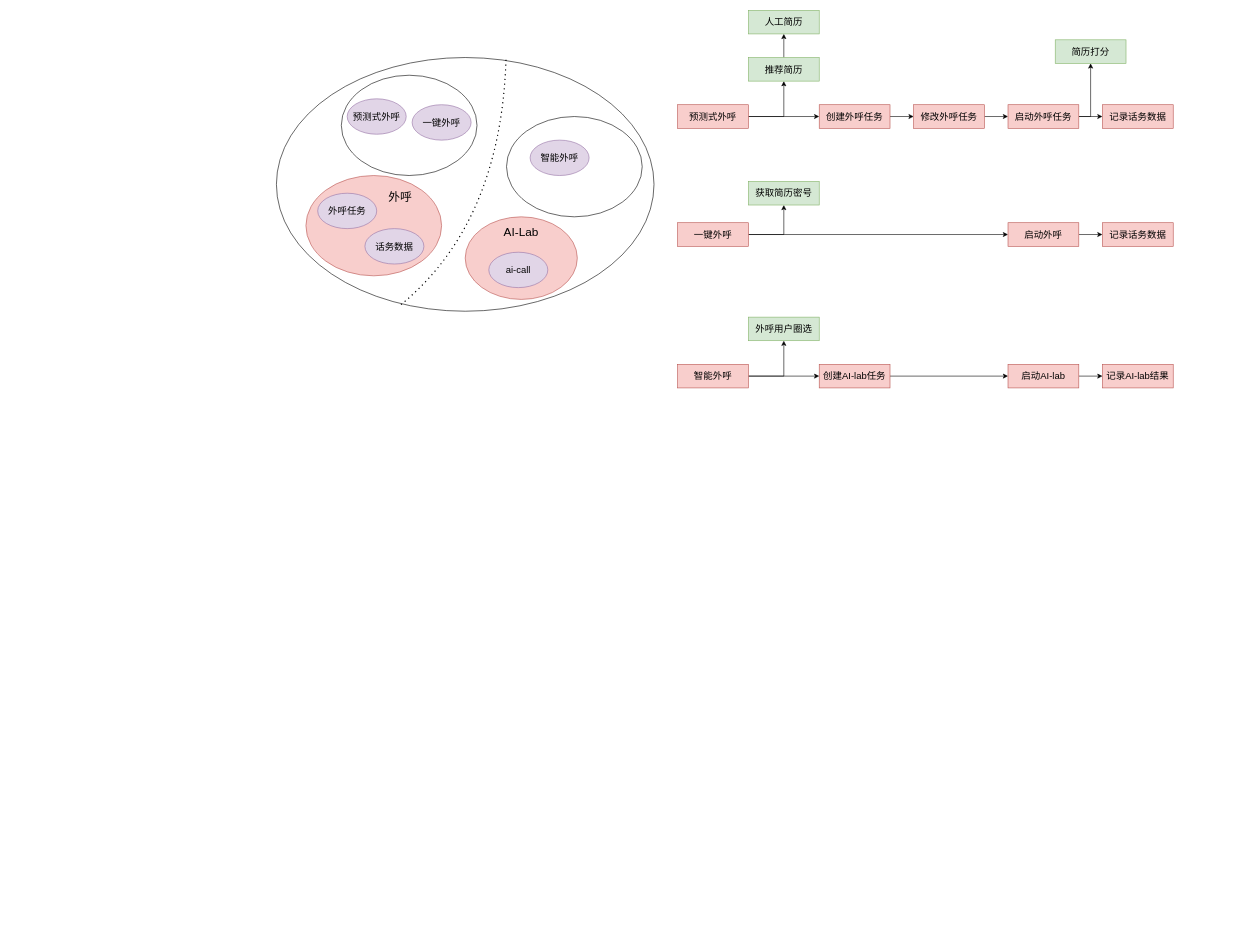
Before: 包结构拆分.drawio in LuOyEbY/draw-b, a draw.io diagram. Source tidied: cells renumbered, new cells numbered last; positions are measured from the earlier drawing's top-left corner, leaving out a move shared by most shapes. Both pictures are drawn from the tidied source at 59%, with x=0, y=0 at pixel (276, 10).
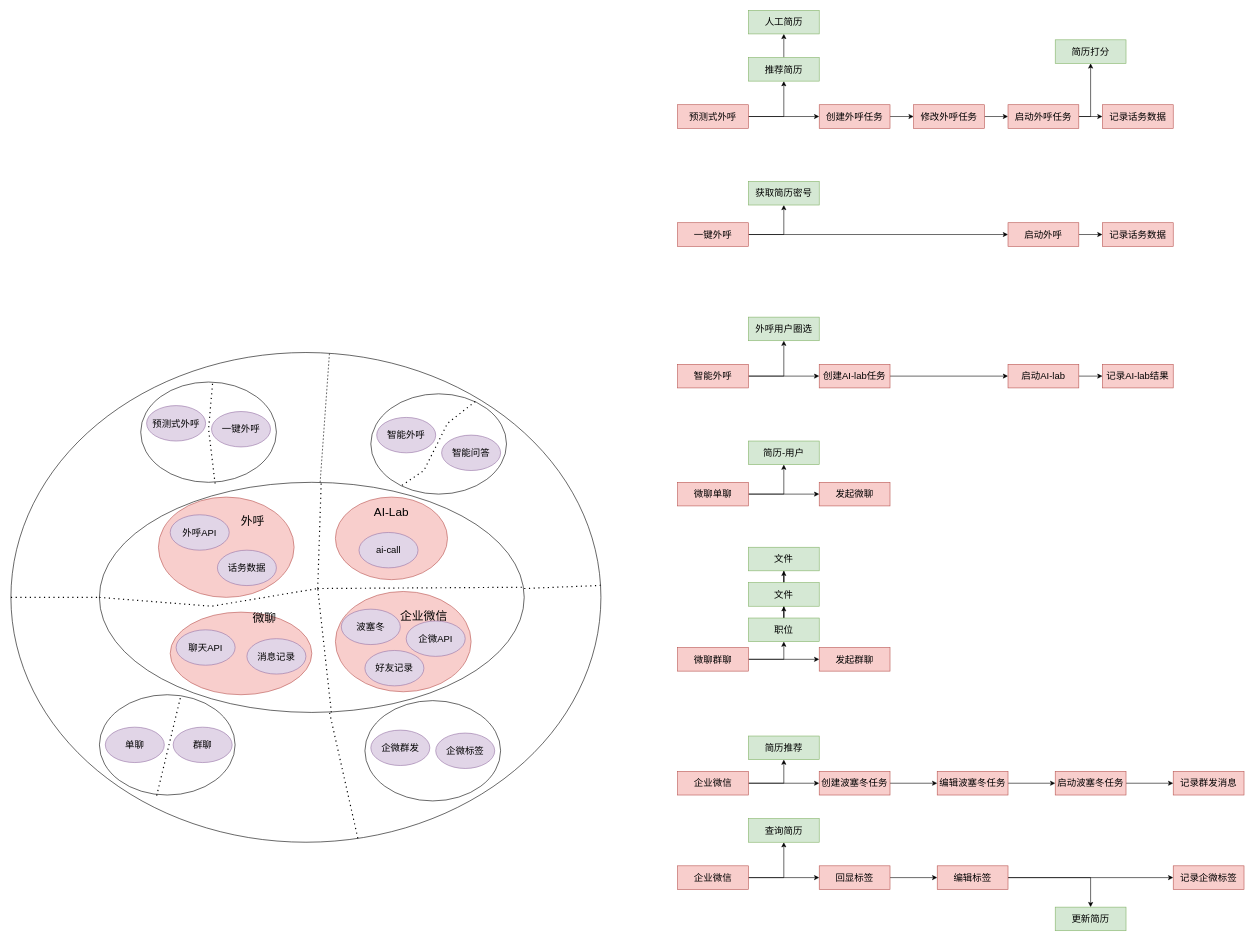
The same page after the edit.

Commit message (it also covers changes not shown here):
更新包结构拆分.drawio

The edit, as a diff of the source:
```diff
@@
     <mxCell id="2" style="ellipse;whiteSpace=wrap;html=1;" parent="1" vertex="1">
-      <mxGeometry y="80" width="640" height="430" as="geometry" />
+      <mxGeometry x="-450" y="580" width="1000" height="830" as="geometry" />
     </mxCell>
+    <mxCell id="47" style="ellipse;whiteSpace=wrap;html=1;" parent="1" vertex="1">
+      <mxGeometry x="-300" y="800" width="720" height="390" as="geometry" />
+    </mxCell>
@@
-    <mxCell id="34" style="endArrow=none;dashed=1;html=1;dashPattern=1 3;strokeWidth=2;rounded=0;entryX=0.608;entryY=0.009;entryDx=0;entryDy=0;entryPerimeter=0;exitX=0.33;exitY=0.974;exitDx=0;exitDy=0;exitPerimeter=0;edgeStyle=orthogonalEdgeStyle;curved=1;" parent="1" edge="1" source="2" target="2">
-      <mxGeometry relative="1" as="geometry">
-        <Array as="points">
-          <mxPoint x="380" y="360" />
-        </Array>
-      </mxGeometry>
-    </mxCell>
     <mxCell id="35" style="ellipse;whiteSpace=wrap;html=1;" parent="1" vertex="1">
-      <mxGeometry x="110" y="110" width="230" height="170" as="geometry" />
+      <mxGeometry x="-230" y="630" width="230" height="170" as="geometry" />
     </mxCell>
     <mxCell id="36" value="预测式外呼" style="ellipse;whiteSpace=wrap;html=1;fontSize=16;fillColor=#e1d5e7;strokeColor=#9673a6;" parent="1" vertex="1">
-      <mxGeometry x="120" y="150" width="100" height="60" as="geometry" />
+      <mxGeometry x="-220" y="670" width="100" height="60" as="geometry" />
     </mxCell>
     <mxCell id="37" value="一键外呼" style="ellipse;whiteSpace=wrap;html=1;fontSize=16;fillColor=#e1d5e7;strokeColor=#9673a6;" parent="1" vertex="1">
-      <mxGeometry x="230" y="160" width="100" height="60" as="geometry" />
+      <mxGeometry x="-110" y="680" width="100" height="60" as="geometry" />
     </mxCell>
     <mxCell id="38" style="ellipse;whiteSpace=wrap;html=1;" parent="1" vertex="1">
-      <mxGeometry x="390" y="180" width="230" height="170" as="geometry" />
+      <mxGeometry x="160" y="650" width="230" height="170" as="geometry" />
     </mxCell>
     <mxCell id="39" value="智能外呼" style="ellipse;whiteSpace=wrap;html=1;fontSize=16;fillColor=#e1d5e7;strokeColor=#9673a6;" parent="1" vertex="1">
-      <mxGeometry x="430" y="220" width="100" height="60" as="geometry" />
+      <mxGeometry x="170" y="690" width="100" height="60" as="geometry" />
     </mxCell>
     <mxCell id="40" style="ellipse;whiteSpace=wrap;html=1;fillColor=#f8cecc;strokeColor=#b85450;" parent="1" vertex="1">
-      <mxGeometry x="50" y="280" width="230" height="170" as="geometry" />
+      <mxGeometry x="-200" y="825" width="230" height="170" as="geometry" />
     </mxCell>
-    <mxCell id="41" value="外呼任务" style="ellipse;whiteSpace=wrap;html=1;fontSize=16;fillColor=#e1d5e7;strokeColor=#9673a6;" parent="1" vertex="1">
-      <mxGeometry x="70" y="310" width="100" height="60" as="geometry" />
+    <mxCell id="41" value="外呼API" style="ellipse;whiteSpace=wrap;html=1;fontSize=16;fillColor=#e1d5e7;strokeColor=#9673a6;" parent="1" vertex="1">
+      <mxGeometry x="-180" y="855" width="100" height="60" as="geometry" />
     </mxCell>
     <mxCell id="42" value="话务数据" style="ellipse;whiteSpace=wrap;html=1;fontSize=16;fillColor=#e1d5e7;strokeColor=#9673a6;" parent="1" vertex="1">
-      <mxGeometry x="150" y="370" width="100" height="60" as="geometry" />
+      <mxGeometry x="-100" y="915" width="100" height="60" as="geometry" />
     </mxCell>
     <mxCell id="43" style="ellipse;whiteSpace=wrap;html=1;fillColor=#f8cecc;strokeColor=#b85450;" parent="1" vertex="1">
-      <mxGeometry x="320" y="350" width="190" height="140" as="geometry" />
+      <mxGeometry x="100" y="825" width="190" height="140" as="geometry" />
     </mxCell>
     <mxCell id="44" value="ai-call" style="ellipse;whiteSpace=wrap;html=1;fontSize=16;fillColor=#e1d5e7;strokeColor=#9673a6;" parent="1" vertex="1">
-      <mxGeometry x="360" y="410" width="100" height="60" as="geometry" />
+      <mxGeometry x="140" y="885" width="100" height="60" as="geometry" />
     </mxCell>
     <mxCell id="45" value="外呼" style="text;html=1;strokeColor=none;fillColor=none;align=center;verticalAlign=middle;whiteSpace=wrap;rounded=0;fontSize=20;" parent="1" vertex="1">
-      <mxGeometry x="180" y="300" width="60" height="30" as="geometry" />
+      <mxGeometry x="-70" y="845" width="60" height="40" as="geometry" />
     </mxCell>
     <mxCell id="46" value="AI-Lab&lt;br&gt;" style="text;html=1;strokeColor=none;fillColor=none;align=center;verticalAlign=middle;whiteSpace=wrap;rounded=0;fontSize=20;" parent="1" vertex="1">
-      <mxGeometry x="370" y="360" width="90" height="30" as="geometry" />
+      <mxGeometry x="150" y="835" width="90" height="30" as="geometry" />
     </mxCell>
+    <mxCell id="48" value="智能问答" style="ellipse;whiteSpace=wrap;html=1;fontSize=16;fillColor=#e1d5e7;strokeColor=#9673a6;" parent="1" vertex="1">
+      <mxGeometry x="280" y="720" width="100" height="60" as="geometry" />
+    </mxCell>
+    <mxCell id="49" style="endArrow=none;dashed=1;html=1;dashPattern=1 3;strokeWidth=2;rounded=0;entryX=0.77;entryY=0.076;entryDx=0;entryDy=0;entryPerimeter=0;exitX=0.23;exitY=0.912;exitDx=0;exitDy=0;exitPerimeter=0;" parent="1" edge="1" source="38" target="38">
+      <mxGeometry relative="1" as="geometry">
+        <Array as="points">
+          <mxPoint x="250" y="780" />
+          <mxPoint x="290" y="700" />
+        </Array>
+      </mxGeometry>
+    </mxCell>
+    <mxCell id="50" style="endArrow=none;dashed=1;html=1;dashPattern=1 3;strokeWidth=2;rounded=0;entryX=0.53;entryY=0.006;entryDx=0;entryDy=0;entryPerimeter=0;exitX=0.548;exitY=1.012;exitDx=0;exitDy=0;exitPerimeter=0;" parent="1" edge="1" source="35" target="35">
+      <mxGeometry relative="1" as="geometry">
+        <Array as="points">
+          <mxPoint x="-115" y="710" />
+        </Array>
+      </mxGeometry>
+    </mxCell>
+    <mxCell id="51" style="edgeStyle=orthogonalEdgeStyle;rounded=0;jettySize=auto;html=1;" parent="1" edge="1" source="53" target="54">
+      <mxGeometry relative="1" as="geometry" />
+    </mxCell>
+    <mxCell id="52" style="edgeStyle=orthogonalEdgeStyle;rounded=0;jettySize=auto;html=1;" parent="1" edge="1" source="53" target="55">
+      <mxGeometry relative="1" as="geometry">
+        <Array as="points">
+          <mxPoint x="860" y="820" />
+        </Array>
+      </mxGeometry>
+    </mxCell>
+    <mxCell id="53" value="微聊单聊" style="rounded=0;whiteSpace=wrap;html=1;fontSize=16;fillColor=#f8cecc;strokeColor=#b85450;" parent="1" vertex="1">
+      <mxGeometry x="680" y="800" width="120" height="40" as="geometry" />
+    </mxCell>
+    <mxCell id="54" value="发起微聊" style="rounded=0;whiteSpace=wrap;html=1;fontSize=16;fillColor=#f8cecc;strokeColor=#b85450;" parent="1" vertex="1">
+      <mxGeometry x="920" y="800" width="120" height="40" as="geometry" />
+    </mxCell>
+    <mxCell id="55" value="简历-用户" style="rounded=0;whiteSpace=wrap;html=1;fontSize=16;fillColor=#d5e8d4;strokeColor=#82b366;" parent="1" vertex="1">
+      <mxGeometry x="800" y="730" width="120" height="40" as="geometry" />
+    </mxCell>
+    <mxCell id="56" style="edgeStyle=orthogonalEdgeStyle;rounded=0;jettySize=auto;html=1;" parent="1" edge="1" source="58" target="59">
+      <mxGeometry relative="1" as="geometry" />
+    </mxCell>
+    <mxCell id="57" style="edgeStyle=orthogonalEdgeStyle;rounded=0;jettySize=auto;html=1;" parent="1" edge="1" source="58" target="61">
+      <mxGeometry relative="1" as="geometry">
+        <Array as="points">
+          <mxPoint x="860" y="1100" />
+        </Array>
+      </mxGeometry>
+    </mxCell>
+    <mxCell id="58" value="微聊群聊" style="rounded=0;whiteSpace=wrap;html=1;fontSize=16;fillColor=#f8cecc;strokeColor=#b85450;" parent="1" vertex="1">
+      <mxGeometry x="680" y="1080" width="120" height="40" as="geometry" />
+    </mxCell>
+    <mxCell id="59" value="发起群聊" style="rounded=0;whiteSpace=wrap;html=1;fontSize=16;fillColor=#f8cecc;strokeColor=#b85450;" parent="1" vertex="1">
+      <mxGeometry x="920" y="1080" width="120" height="40" as="geometry" />
+    </mxCell>
+    <mxCell id="60" style="edgeStyle=orthogonalEdgeStyle;rounded=0;jettySize=auto;html=1;" parent="1" edge="1" source="61" target="63">
+      <mxGeometry relative="1" as="geometry" />
+    </mxCell>
+    <mxCell id="61" value="职位" style="rounded=0;whiteSpace=wrap;html=1;fontSize=16;fillColor=#d5e8d4;strokeColor=#82b366;" parent="1" vertex="1">
+      <mxGeometry x="800" y="1030" width="120" height="40" as="geometry" />
+    </mxCell>
+    <mxCell id="62" style="edgeStyle=orthogonalEdgeStyle;rounded=0;jettySize=auto;html=1;" parent="1" edge="1" source="63" target="64">
+      <mxGeometry relative="1" as="geometry" />
+    </mxCell>
+    <mxCell id="63" value="文件" style="rounded=0;whiteSpace=wrap;html=1;fontSize=16;fillColor=#d5e8d4;strokeColor=#82b366;" parent="1" vertex="1">
+      <mxGeometry x="800" y="970" width="120" height="40" as="geometry" />
+    </mxCell>
+    <mxCell id="64" value="文件" style="rounded=0;whiteSpace=wrap;html=1;fontSize=16;fillColor=#d5e8d4;strokeColor=#82b366;" parent="1" vertex="1">
+      <mxGeometry x="800" y="910" width="120" height="40" as="geometry" />
+    </mxCell>
+    <mxCell id="65" style="edgeStyle=orthogonalEdgeStyle;rounded=0;jettySize=auto;html=1;" parent="1" edge="1" source="67" target="69">
+      <mxGeometry relative="1" as="geometry" />
+    </mxCell>
+    <mxCell id="66" style="edgeStyle=orthogonalEdgeStyle;rounded=0;jettySize=auto;html=1;" parent="1" edge="1" source="67" target="75">
+      <mxGeometry relative="1" as="geometry">
+        <Array as="points">
+          <mxPoint x="860" y="1310" />
+        </Array>
+      </mxGeometry>
+    </mxCell>
+    <mxCell id="67" value="企业微信" style="rounded=0;whiteSpace=wrap;html=1;fontSize=16;fillColor=#f8cecc;strokeColor=#b85450;" parent="1" vertex="1">
+      <mxGeometry x="680" y="1290" width="120" height="40" as="geometry" />
+    </mxCell>
+    <mxCell id="68" style="edgeStyle=orthogonalEdgeStyle;rounded=0;jettySize=auto;html=1;" parent="1" edge="1" source="69" target="71">
+      <mxGeometry relative="1" as="geometry" />
+    </mxCell>
+    <mxCell id="69" value="创建波塞冬任务" style="rounded=0;whiteSpace=wrap;html=1;fontSize=16;fillColor=#f8cecc;strokeColor=#b85450;" parent="1" vertex="1">
+      <mxGeometry x="920" y="1290" width="120" height="40" as="geometry" />
+    </mxCell>
+    <mxCell id="70" style="edgeStyle=orthogonalEdgeStyle;rounded=0;jettySize=auto;html=1;" parent="1" edge="1" source="71" target="73">
+      <mxGeometry relative="1" as="geometry" />
+    </mxCell>
+    <mxCell id="71" value="编辑波塞冬任务" style="rounded=0;whiteSpace=wrap;html=1;fontSize=16;fillColor=#f8cecc;strokeColor=#b85450;" parent="1" vertex="1">
+      <mxGeometry x="1120" y="1290" width="120" height="40" as="geometry" />
+    </mxCell>
+    <mxCell id="72" style="edgeStyle=orthogonalEdgeStyle;rounded=0;jettySize=auto;html=1;" parent="1" edge="1" source="73" target="74">
+      <mxGeometry relative="1" as="geometry" />
+    </mxCell>
+    <mxCell id="73" value="启动波塞冬任务" style="rounded=0;whiteSpace=wrap;html=1;fontSize=16;fillColor=#f8cecc;strokeColor=#b85450;" parent="1" vertex="1">
+      <mxGeometry x="1320" y="1290" width="120" height="40" as="geometry" />
+    </mxCell>
+    <mxCell id="74" value="记录群发消息" style="rounded=0;whiteSpace=wrap;html=1;fontSize=16;fillColor=#f8cecc;strokeColor=#b85450;" parent="1" vertex="1">
+      <mxGeometry x="1520" y="1290" width="120" height="40" as="geometry" />
+    </mxCell>
+    <mxCell id="75" value="简历推荐" style="rounded=0;whiteSpace=wrap;html=1;fontSize=16;fillColor=#d5e8d4;strokeColor=#82b366;" parent="1" vertex="1">
+      <mxGeometry x="800" y="1230" width="120" height="40" as="geometry" />
+    </mxCell>
+    <mxCell id="76" style="edgeStyle=orthogonalEdgeStyle;rounded=0;jettySize=auto;html=1;" parent="1" edge="1" source="78" target="80">
+      <mxGeometry relative="1" as="geometry" />
+    </mxCell>
+    <mxCell id="77" style="edgeStyle=orthogonalEdgeStyle;rounded=0;jettySize=auto;html=1;" parent="1" edge="1" source="78" target="85">
+      <mxGeometry relative="1" as="geometry">
+        <Array as="points">
+          <mxPoint x="860" y="1470" />
+        </Array>
+      </mxGeometry>
+    </mxCell>
+    <mxCell id="78" value="企业微信" style="rounded=0;whiteSpace=wrap;html=1;fontSize=16;fillColor=#f8cecc;strokeColor=#b85450;" parent="1" vertex="1">
+      <mxGeometry x="680" y="1450" width="120" height="40" as="geometry" />
+    </mxCell>
+    <mxCell id="79" style="edgeStyle=orthogonalEdgeStyle;rounded=0;jettySize=auto;html=1;" parent="1" edge="1" source="80" target="83">
+      <mxGeometry relative="1" as="geometry" />
+    </mxCell>
+    <mxCell id="80" value="回显标签" style="rounded=0;whiteSpace=wrap;html=1;fontSize=16;fillColor=#f8cecc;strokeColor=#b85450;" parent="1" vertex="1">
+      <mxGeometry x="920" y="1450" width="120" height="40" as="geometry" />
+    </mxCell>
+    <mxCell id="81" style="edgeStyle=orthogonalEdgeStyle;rounded=0;jettySize=auto;html=1;" parent="1" edge="1" source="83" target="84">
+      <mxGeometry relative="1" as="geometry" />
+    </mxCell>
+    <mxCell id="82" style="edgeStyle=orthogonalEdgeStyle;rounded=0;jettySize=auto;html=1;" parent="1" edge="1" source="83" target="86">
+      <mxGeometry relative="1" as="geometry" />
+    </mxCell>
+    <mxCell id="83" value="编辑标签" style="rounded=0;whiteSpace=wrap;html=1;fontSize=16;fillColor=#f8cecc;strokeColor=#b85450;" parent="1" vertex="1">
+      <mxGeometry x="1120" y="1450" width="120" height="40" as="geometry" />
+    </mxCell>
+    <mxCell id="84" value="记录企微标签" style="rounded=0;whiteSpace=wrap;html=1;fontSize=16;fillColor=#f8cecc;strokeColor=#b85450;" parent="1" vertex="1">
+      <mxGeometry x="1520" y="1450" width="120" height="40" as="geometry" />
+    </mxCell>
+    <mxCell id="85" value="查询简历" style="rounded=0;whiteSpace=wrap;html=1;fontSize=16;fillColor=#d5e8d4;strokeColor=#82b366;" parent="1" vertex="1">
+      <mxGeometry x="800" y="1370" width="120" height="40" as="geometry" />
+    </mxCell>
+    <mxCell id="86" value="更新简历" style="rounded=0;whiteSpace=wrap;html=1;fontSize=16;fillColor=#d5e8d4;strokeColor=#82b366;" parent="1" vertex="1">
+      <mxGeometry x="1320" y="1520" width="120" height="40" as="geometry" />
+    </mxCell>
+    <mxCell id="87" style="ellipse;whiteSpace=wrap;html=1;fillColor=#f8cecc;strokeColor=#b85450;" parent="1" vertex="1">
+      <mxGeometry x="-180" y="1020" width="240" height="140" as="geometry" />
+    </mxCell>
+    <mxCell id="88" value="微聊" style="text;html=1;strokeColor=none;fillColor=none;align=center;verticalAlign=middle;whiteSpace=wrap;rounded=0;fontSize=20;" parent="1" vertex="1">
+      <mxGeometry x="-50" y="1010" width="60" height="40" as="geometry" />
+    </mxCell>
+    <mxCell id="89" style="ellipse;whiteSpace=wrap;html=1;fillColor=#f8cecc;strokeColor=#b85450;" parent="1" vertex="1">
+      <mxGeometry x="100" y="985" width="230" height="170" as="geometry" />
+    </mxCell>
+    <mxCell id="90" value="企业微信" style="text;html=1;strokeColor=none;fillColor=none;align=center;verticalAlign=middle;whiteSpace=wrap;rounded=0;fontSize=20;" parent="1" vertex="1">
+      <mxGeometry x="200" y="1005" width="100" height="40" as="geometry" />
+    </mxCell>
+    <mxCell id="91" value="聊天API" style="ellipse;whiteSpace=wrap;html=1;fontSize=16;fillColor=#e1d5e7;strokeColor=#9673a6;" parent="1" vertex="1">
+      <mxGeometry x="-170" y="1050" width="100" height="60" as="geometry" />
+    </mxCell>
+    <mxCell id="92" value="消息记录" style="ellipse;whiteSpace=wrap;html=1;fontSize=16;fillColor=#e1d5e7;strokeColor=#9673a6;" parent="1" vertex="1">
+      <mxGeometry x="-50" y="1065" width="100" height="60" as="geometry" />
+    </mxCell>
+    <mxCell id="93" style="ellipse;whiteSpace=wrap;html=1;" parent="1" vertex="1">
+      <mxGeometry x="-300" y="1160" width="230" height="170" as="geometry" />
+    </mxCell>
+    <mxCell id="94" value="单聊" style="ellipse;whiteSpace=wrap;html=1;fontSize=16;fillColor=#e1d5e7;strokeColor=#9673a6;" parent="1" vertex="1">
+      <mxGeometry x="-290" y="1215" width="100" height="60" as="geometry" />
+    </mxCell>
+    <mxCell id="95" value="群聊" style="ellipse;whiteSpace=wrap;html=1;fontSize=16;fillColor=#e1d5e7;strokeColor=#9673a6;" parent="1" vertex="1">
+      <mxGeometry x="-175" y="1215" width="100" height="60" as="geometry" />
+    </mxCell>
+    <mxCell id="96" style="endArrow=none;dashed=1;html=1;dashPattern=1 3;strokeWidth=2;rounded=0;entryX=0.6;entryY=0.012;entryDx=0;entryDy=0;entryPerimeter=0;exitX=0.422;exitY=1.006;exitDx=0;exitDy=0;exitPerimeter=0;" parent="1" edge="1" source="93" target="93">
+      <mxGeometry relative="1" as="geometry" />
+    </mxCell>
+    <mxCell id="97" value="波塞冬" style="ellipse;whiteSpace=wrap;html=1;fontSize=16;fillColor=#e1d5e7;strokeColor=#9673a6;" parent="1" vertex="1">
+      <mxGeometry x="110" y="1015" width="100" height="60" as="geometry" />
+    </mxCell>
+    <mxCell id="98" value="企微API" style="ellipse;whiteSpace=wrap;html=1;fontSize=16;fillColor=#e1d5e7;strokeColor=#9673a6;" parent="1" vertex="1">
+      <mxGeometry x="220" y="1035" width="100" height="60" as="geometry" />
+    </mxCell>
+    <mxCell id="99" value="好友记录" style="ellipse;whiteSpace=wrap;html=1;fontSize=16;fillColor=#e1d5e7;strokeColor=#9673a6;" parent="1" vertex="1">
+      <mxGeometry x="150" y="1085" width="100" height="60" as="geometry" />
+    </mxCell>
+    <mxCell id="100" style="ellipse;whiteSpace=wrap;html=1;" parent="1" vertex="1">
+      <mxGeometry x="150" y="1170" width="230" height="170" as="geometry" />
+    </mxCell>
+    <mxCell id="101" value="企微群发" style="ellipse;whiteSpace=wrap;html=1;fontSize=16;fillColor=#e1d5e7;strokeColor=#9673a6;" parent="1" vertex="1">
+      <mxGeometry x="160" y="1220" width="100" height="60" as="geometry" />
+    </mxCell>
+    <mxCell id="102" value="企微标签" style="ellipse;whiteSpace=wrap;html=1;fontSize=16;fillColor=#e1d5e7;strokeColor=#9673a6;" parent="1" vertex="1">
+      <mxGeometry x="270" y="1225" width="100" height="60" as="geometry" />
+    </mxCell>
+    <mxCell id="103" style="endArrow=none;dashed=1;html=1;rounded=0;entryX=0.54;entryY=0;entryDx=0;entryDy=0;entryPerimeter=0;" parent="1" edge="1" source="47" target="2">
+      <mxGeometry relative="1" as="geometry" />
+    </mxCell>
+    <mxCell id="104" style="endArrow=none;dashed=1;html=1;dashPattern=1 3;strokeWidth=2;rounded=0;entryX=0.522;entryY=0.005;entryDx=0;entryDy=0;entryPerimeter=0;" parent="1" edge="1" target="47">
+      <mxGeometry relative="1" as="geometry">
+        <mxPoint x="70" y="980" as="sourcePoint" />
+      </mxGeometry>
+    </mxCell>
+    <mxCell id="105" style="endArrow=none;dashed=1;html=1;dashPattern=1 3;strokeWidth=2;rounded=0;entryX=0.996;entryY=0.456;entryDx=0;entryDy=0;entryPerimeter=0;" parent="1" edge="1" target="47">
+      <mxGeometry relative="1" as="geometry">
+        <mxPoint x="70" y="980" as="sourcePoint" />
+      </mxGeometry>
+    </mxCell>
+    <mxCell id="106" style="endArrow=none;dashed=1;html=1;dashPattern=1 3;strokeWidth=2;rounded=0;exitX=0.546;exitY=1;exitDx=0;exitDy=0;exitPerimeter=0;" parent="1" edge="1" source="47">
+      <mxGeometry relative="1" as="geometry">
+        <mxPoint x="70" y="980" as="targetPoint" />
+      </mxGeometry>
+    </mxCell>
+    <mxCell id="107" style="endArrow=none;dashed=1;html=1;dashPattern=1 3;strokeWidth=2;rounded=0;exitX=0;exitY=0.5;exitDx=0;exitDy=0;" parent="1" edge="1" source="47">
+      <mxGeometry relative="1" as="geometry">
+        <mxPoint x="70" y="980" as="targetPoint" />
+        <Array as="points">
+          <mxPoint x="-110" y="1010" />
+        </Array>
+      </mxGeometry>
+    </mxCell>
+    <mxCell id="108" style="endArrow=none;dashed=1;html=1;dashPattern=1 3;strokeWidth=2;rounded=0;" parent="1" edge="1" target="2">
+      <mxGeometry relative="1" as="geometry">
+        <mxPoint x="420" y="980" as="sourcePoint" />
+      </mxGeometry>
+    </mxCell>
+    <mxCell id="109" style="endArrow=none;dashed=1;html=1;dashPattern=1 3;strokeWidth=2;rounded=0;exitX=0;exitY=0.5;exitDx=0;exitDy=0;" parent="1" edge="1" source="2">
+      <mxGeometry relative="1" as="geometry">
+        <mxPoint x="-300" y="995" as="targetPoint" />
+      </mxGeometry>
+    </mxCell>
+    <mxCell id="110" style="endArrow=none;dashed=1;html=1;dashPattern=1 3;strokeWidth=2;rounded=0;exitX=0.588;exitY=0.992;exitDx=0;exitDy=0;exitPerimeter=0;" parent="1" edge="1" source="2">
+      <mxGeometry relative="1" as="geometry">
+        <mxPoint x="90" y="1190" as="targetPoint" />
+      </mxGeometry>
+    </mxCell>
```
